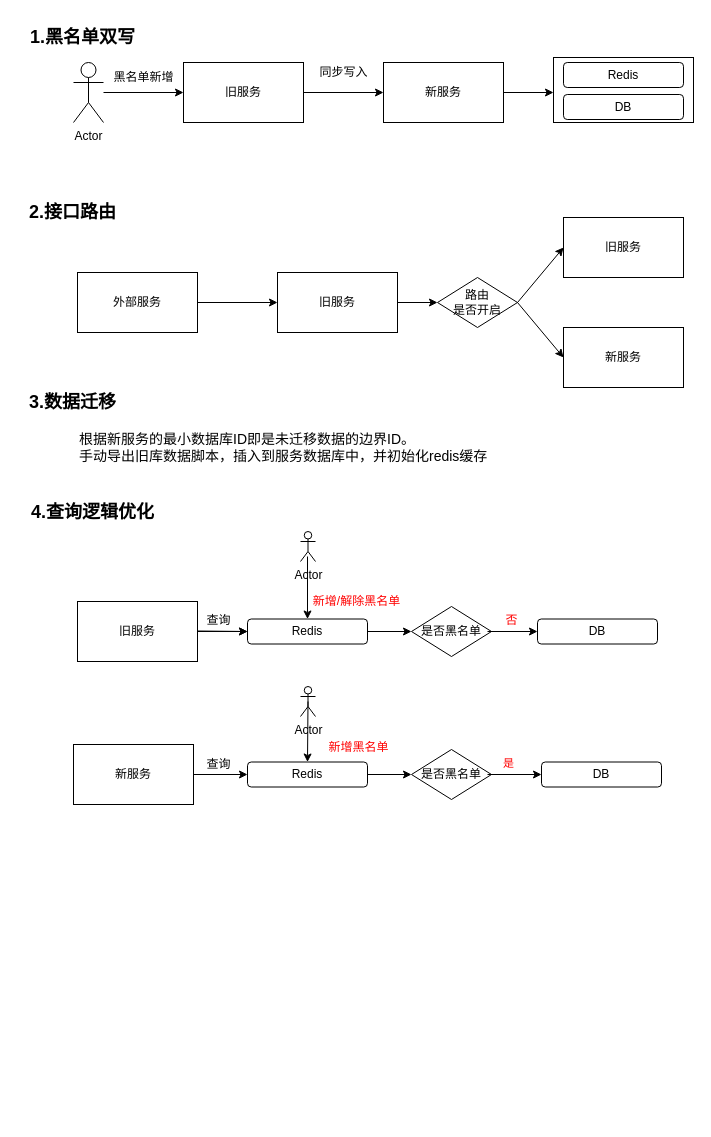
This is 未命名绘图.drawio from fengpan0403/notes, a draw.io file, before an edit. Source tidied: cells renumbered, new cells numbered last; positions are measured from the earlier drawing's top-left corner, leaving out a move shared by most shapes. Both pictures are drawn from the tidied source at 100%, with x=0, y=0 at pixel (17, 17).
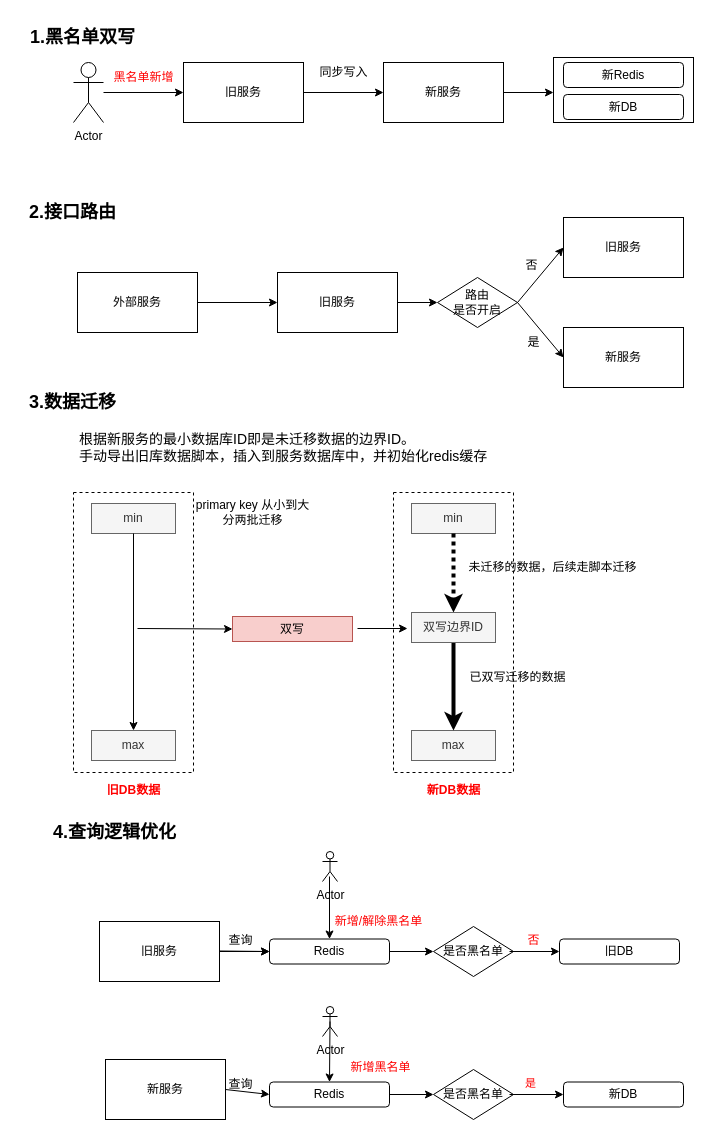
The same page after the edit.

Commit message:
更新未命名绘图.drawio

What changed in the source:
```diff
@@
-    <mxCell id="8" value="黑名单新增" style="text;html=1;align=center;verticalAlign=middle;strokeColor=none;fillColor=none;" parent="1" vertex="1">
+    <mxCell id="8" value="黑名单新增" style="text;html=1;align=center;verticalAlign=middle;strokeColor=none;fillColor=none;fontColor=#ff0000;" parent="1" vertex="1">
       <mxGeometry x="86" y="45" width="80" height="30" as="geometry" />
     </mxCell>
@@
-    <mxCell id="10" value="Redis" style="rounded=1;whiteSpace=wrap;html=1;" parent="1" vertex="1">
+    <mxCell id="10" value="新Redis" style="rounded=1;whiteSpace=wrap;html=1;" parent="1" vertex="1">
       <mxGeometry x="546" y="45" width="120" height="25" as="geometry" />
     </mxCell>
-    <mxCell id="11" value="DB" style="rounded=1;whiteSpace=wrap;html=1;" parent="1" vertex="1">
+    <mxCell id="11" value="新DB" style="rounded=1;whiteSpace=wrap;html=1;" parent="1" vertex="1">
       <mxGeometry x="546" y="77" width="120" height="25" as="geometry" />
     </mxCell>
@@
     <mxCell id="26" value="&lt;b&gt;&lt;font style=&quot;font-size: 18px;&quot;&gt;4.查询逻辑优化&lt;/font&gt;&lt;/b&gt;" style="text;html=1;align=center;verticalAlign=middle;strokeColor=none;fillColor=none;" parent="1" vertex="1">
-      <mxGeometry y="475" width="150" height="40" as="geometry" />
+      <mxGeometry x="22" y="795" width="150" height="40" as="geometry" />
     </mxCell>
@@
     <mxCell id="28" value="旧服务" style="rounded=0;whiteSpace=wrap;html=1;" parent="1" vertex="1">
-      <mxGeometry x="60" y="584" width="120" height="60" as="geometry" />
+      <mxGeometry x="82" y="904" width="120" height="60" as="geometry" />
     </mxCell>
     <mxCell id="29" value="Redis" style="rounded=1;whiteSpace=wrap;html=1;" parent="1" vertex="1">
-      <mxGeometry x="230" y="601.5" width="120" height="25" as="geometry" />
+      <mxGeometry x="252" y="921.5" width="120" height="25" as="geometry" />
     </mxCell>
-    <mxCell id="30" value="DB" style="rounded=1;whiteSpace=wrap;html=1;" parent="1" vertex="1">
-      <mxGeometry x="520" y="601.5" width="120" height="25" as="geometry" />
+    <mxCell id="30" value="旧DB" style="rounded=1;whiteSpace=wrap;html=1;" parent="1" vertex="1">
+      <mxGeometry x="542" y="921.5" width="120" height="25" as="geometry" />
     </mxCell>
     <mxCell id="31" style="endArrow=classic;html=1;rounded=0;exitX=1;exitY=0.5;exitDx=0;exitDy=0;" parent="1" edge="1">
       <mxGeometry relative="1" as="geometry">
-        <mxPoint x="180" y="613.5" as="sourcePoint" />
-        <mxPoint x="230" y="614" as="targetPoint" />
+        <mxPoint x="202" y="933.5" as="sourcePoint" />
+        <mxPoint x="252" y="934" as="targetPoint" />
       </mxGeometry>
     </mxCell>
     <mxCell id="32" value="是否黑名单" style="rhombus;whiteSpace=wrap;html=1;" parent="1" vertex="1">
-      <mxGeometry x="394" y="589" width="80" height="50" as="geometry" />
+      <mxGeometry x="416" y="909" width="80" height="50" as="geometry" />
     </mxCell>
     <mxCell id="33" style="endArrow=classic;html=1;rounded=0;entryX=0;entryY=0.5;entryDx=0;entryDy=0;" parent="1" edge="1" target="32">
       <mxGeometry relative="1" as="geometry">
-        <mxPoint x="350" y="614" as="sourcePoint" />
+        <mxPoint x="372" y="934" as="sourcePoint" />
       </mxGeometry>
     </mxCell>
     <mxCell id="34" style="endArrow=classic;html=1;rounded=0;entryX=0;entryY=0.5;entryDx=0;entryDy=0;" parent="1" edge="1" target="30">
       <mxGeometry relative="1" as="geometry">
-        <mxPoint x="470" y="614" as="sourcePoint" />
+        <mxPoint x="492" y="934" as="sourcePoint" />
       </mxGeometry>
     </mxCell>
     <mxCell id="35" value="否" style="text;html=1;align=center;verticalAlign=middle;strokeColor=none;fillColor=none;fontColor=#FF0000;" parent="1" vertex="1">
-      <mxGeometry x="474" y="588" width="40" height="30" as="geometry" />
+      <mxGeometry x="496" y="908" width="40" height="30" as="geometry" />
     </mxCell>
     <mxCell id="36" value="新服务" style="rounded=0;whiteSpace=wrap;html=1;" parent="1" vertex="1">
-      <mxGeometry x="56" y="727" width="120" height="60" as="geometry" />
+      <mxGeometry x="88" y="1042" width="120" height="60" as="geometry" />
     </mxCell>
     <mxCell id="37" value="Redis" style="rounded=1;whiteSpace=wrap;html=1;" parent="1" vertex="1">
-      <mxGeometry x="230" y="744.5" width="120" height="25" as="geometry" />
+      <mxGeometry x="252" y="1064.5" width="120" height="25" as="geometry" />
     </mxCell>
     <mxCell id="38" style="endArrow=classic;html=1;rounded=0;exitX=1;exitY=0.5;exitDx=0;exitDy=0;" parent="1" edge="1" source="36">
       <mxGeometry relative="1" as="geometry">
-        <mxPoint x="230" y="757" as="targetPoint" />
+        <mxPoint x="252" y="1077" as="targetPoint" />
       </mxGeometry>
     </mxCell>
     <mxCell id="39" value="是否黑名单" style="rhombus;whiteSpace=wrap;html=1;" parent="1" vertex="1">
-      <mxGeometry x="394" y="732" width="80" height="50" as="geometry" />
+      <mxGeometry x="416" y="1052" width="80" height="50" as="geometry" />
     </mxCell>
@@
-    <mxCell id="41" value="DB" style="rounded=1;whiteSpace=wrap;html=1;" parent="1" vertex="1">
-      <mxGeometry x="524" y="744.5" width="120" height="25" as="geometry" />
+    <mxCell id="41" value="新DB" style="rounded=1;whiteSpace=wrap;html=1;" parent="1" vertex="1">
+      <mxGeometry x="546" y="1064.5" width="120" height="25" as="geometry" />
     </mxCell>
     <mxCell id="42" style="endArrow=classic;html=1;rounded=0;entryX=0;entryY=0.5;entryDx=0;entryDy=0;" parent="1" edge="1" target="41">
       <mxGeometry relative="1" as="geometry">
-        <mxPoint x="470" y="757" as="sourcePoint" />
+        <mxPoint x="492" y="1077" as="sourcePoint" />
       </mxGeometry>
     </mxCell>
@@
     <mxCell id="44" value="新增/解除黑名单" style="text;html=1;align=center;verticalAlign=middle;strokeColor=none;fillColor=none;fontColor=#FF0000;" parent="1" vertex="1">
-      <mxGeometry x="284" y="569" width="110" height="30" as="geometry" />
+      <mxGeometry x="306" y="889" width="110" height="30" as="geometry" />
     </mxCell>
     <mxCell id="45" value="Actor" style="shape=umlActor;verticalLabelPosition=bottom;verticalAlign=top;html=1;" parent="1" vertex="1">
-      <mxGeometry x="283" y="514" width="15" height="30" as="geometry" />
+      <mxGeometry x="305" y="834" width="15" height="30" as="geometry" />
     </mxCell>
     <mxCell id="46" style="endArrow=classic;html=1;rounded=0;entryX=0.5;entryY=0;entryDx=0;entryDy=0;" parent="1" edge="1" target="29">
       <mxGeometry relative="1" as="geometry">
-        <mxPoint x="290" y="539" as="sourcePoint" />
+        <mxPoint x="312" y="859" as="sourcePoint" />
       </mxGeometry>
     </mxCell>
     <mxCell id="47" value="Actor" style="shape=umlActor;verticalLabelPosition=bottom;verticalAlign=top;html=1;outlineConnect=0;" parent="1" vertex="1">
-      <mxGeometry x="283" y="669" width="15" height="30" as="geometry" />
+      <mxGeometry x="305" y="989" width="15" height="30" as="geometry" />
     </mxCell>
@@
     <mxCell id="49" value="新增黑名单" style="text;html=1;align=center;verticalAlign=middle;strokeColor=none;fillColor=none;fontColor=#FF0000;" parent="1" vertex="1">
-      <mxGeometry x="301" y="714.5" width="80" height="30" as="geometry" />
+      <mxGeometry x="323" y="1034.5" width="80" height="30" as="geometry" />
     </mxCell>
     <mxCell id="50" value="查询" style="text;html=1;align=center;verticalAlign=middle;strokeColor=none;fillColor=none;" parent="1" vertex="1">
-      <mxGeometry x="176" y="732" width="50" height="30" as="geometry" />
+      <mxGeometry x="198" y="1052" width="50" height="30" as="geometry" />
     </mxCell>
     <mxCell id="51" value="查询" style="text;html=1;align=center;verticalAlign=middle;strokeColor=none;fillColor=none;" parent="1" vertex="1">
-      <mxGeometry x="176" y="588" width="50" height="30" as="geometry" />
+      <mxGeometry x="198" y="908" width="50" height="30" as="geometry" />
     </mxCell>
+    <mxCell id="52" style="rounded=0;whiteSpace=wrap;html=1;dashed=1;" parent="1" vertex="1">
+      <mxGeometry x="56" y="475" width="120" height="280" as="geometry" />
+    </mxCell>
+    <mxCell id="53" value="旧DB数据" style="text;html=1;align=center;verticalAlign=middle;strokeColor=none;fillColor=none;fontColor=#FF0000;fontStyle=1;" parent="1" vertex="1">
+      <mxGeometry x="76" y="758" width="80" height="30" as="geometry" />
+    </mxCell>
+    <mxCell id="54" value="否" style="text;html=1;align=center;verticalAlign=middle;strokeColor=none;fillColor=none;" parent="1" vertex="1">
+      <mxGeometry x="494" y="233" width="40" height="30" as="geometry" />
+    </mxCell>
+    <mxCell id="55" value="是" style="text;html=1;align=center;verticalAlign=middle;strokeColor=none;fillColor=none;" parent="1" vertex="1">
+      <mxGeometry x="496" y="310" width="40" height="30" as="geometry" />
+    </mxCell>
+    <mxCell id="56" value="min" style="rounded=0;whiteSpace=wrap;html=1;fillColor=#f5f5f5;fontColor=#333333;strokeColor=#666666;" parent="1" vertex="1">
+      <mxGeometry x="74" y="486" width="84" height="30" as="geometry" />
+    </mxCell>
+    <mxCell id="57" value="max" style="rounded=0;whiteSpace=wrap;html=1;labelBackgroundColor=none;fillColor=#f5f5f5;fontColor=#333333;strokeColor=#666666;" parent="1" vertex="1">
+      <mxGeometry x="74" y="713" width="84" height="30" as="geometry" />
+    </mxCell>
+    <mxCell id="58" style="endArrow=classic;html=1;rounded=0;exitX=0.5;exitY=1;exitDx=0;exitDy=0;" parent="1" edge="1" source="56" target="57">
+      <mxGeometry relative="1" as="geometry" />
+    </mxCell>
+    <mxCell id="59" style="rounded=0;whiteSpace=wrap;html=1;dashed=1;" parent="1" vertex="1">
+      <mxGeometry x="376" y="475" width="120" height="280" as="geometry" />
+    </mxCell>
+    <mxCell id="60" value="新DB数据" style="text;html=1;align=center;verticalAlign=middle;strokeColor=none;fillColor=none;fontColor=#FF0000;fontStyle=1;" parent="1" vertex="1">
+      <mxGeometry x="396" y="758" width="80" height="30" as="geometry" />
+    </mxCell>
+    <mxCell id="61" value="min" style="rounded=0;whiteSpace=wrap;html=1;fillColor=#f5f5f5;fontColor=#333333;strokeColor=#666666;" parent="1" vertex="1">
+      <mxGeometry x="394" y="486" width="84" height="30" as="geometry" />
+    </mxCell>
+    <mxCell id="62" value="max" style="rounded=0;whiteSpace=wrap;html=1;labelBackgroundColor=none;fillColor=#f5f5f5;fontColor=#333333;strokeColor=#666666;" parent="1" vertex="1">
+      <mxGeometry x="394" y="713" width="84" height="30" as="geometry" />
+    </mxCell>
+    <mxCell id="63" style="endArrow=classic;html=1;rounded=0;exitX=0.5;exitY=1;exitDx=0;exitDy=0;strokeWidth=4;" parent="1" edge="1" source="65" target="62">
+      <mxGeometry relative="1" as="geometry" />
+    </mxCell>
+    <mxCell id="64" style="endArrow=classic;html=1;rounded=0;exitX=0.5;exitY=1;exitDx=0;exitDy=0;dashed=1;dashPattern=1 1;strokeWidth=4;" parent="1" edge="1" source="61" target="65">
+      <mxGeometry relative="1" as="geometry" />
+    </mxCell>
+    <mxCell id="65" value="双写边界ID" style="rounded=0;whiteSpace=wrap;html=1;labelBackgroundColor=none;fillColor=#f5f5f5;fontColor=#333333;strokeColor=#666666;" parent="1" vertex="1">
+      <mxGeometry x="394" y="595" width="84" height="30" as="geometry" />
+    </mxCell>
+    <mxCell id="66" value="primary key 从小到大&lt;br&gt;分两批迁移" style="text;html=1;align=center;verticalAlign=middle;strokeColor=none;fillColor=none;" parent="1" vertex="1">
+      <mxGeometry x="165" y="475" width="140" height="40" as="geometry" />
+    </mxCell>
+    <mxCell id="67" value="双写" style="rounded=0;whiteSpace=wrap;html=1;fillColor=#f8cecc;strokeColor=#b85450;" parent="1" vertex="1">
+      <mxGeometry x="215" y="599" width="120" height="25" as="geometry" />
+    </mxCell>
+    <mxCell id="68" value="已双写迁移的数据" style="text;html=1;align=center;verticalAlign=middle;strokeColor=none;fillColor=none;" parent="1" vertex="1">
+      <mxGeometry x="440" y="645" width="120" height="30" as="geometry" />
+    </mxCell>
+    <mxCell id="69" value="未迁移的数据，后续走脚本迁移" style="text;html=1;align=center;verticalAlign=middle;strokeColor=none;fillColor=none;" parent="1" vertex="1">
+      <mxGeometry x="440" y="535" width="190" height="30" as="geometry" />
+    </mxCell>
+    <mxCell id="70" style="endArrow=classic;html=1;rounded=0;entryX=0;entryY=0.5;entryDx=0;entryDy=0;" parent="1" edge="1" target="67">
+      <mxGeometry relative="1" as="geometry">
+        <mxPoint x="120" y="611" as="sourcePoint" />
+      </mxGeometry>
+    </mxCell>
+    <mxCell id="71" style="endArrow=classic;html=1;rounded=0;" parent="1" edge="1">
+      <mxGeometry relative="1" as="geometry">
+        <mxPoint x="340" y="611" as="sourcePoint" />
+        <mxPoint x="390" y="611" as="targetPoint" />
+      </mxGeometry>
+    </mxCell>
```
